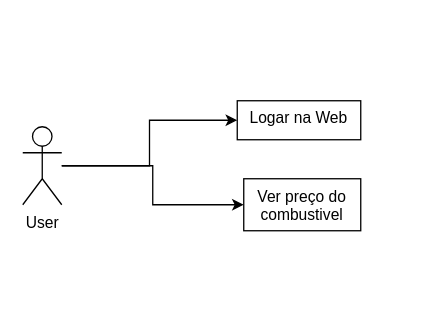
This is Documentação/Diagramas/Case_Diagram.drawio from LeozinRomeiro/Defray_Cost_Fuel, a draw.io file, before an edit. Source tidied: cells renumbered, new cells numbered last; positions are measured from the earlier drawing's top-left corner, leaving out a move shared by most shapes. Both pictures are drawn from the tidied source at 130%, with x=0, y=0 at pixel (22, 100).
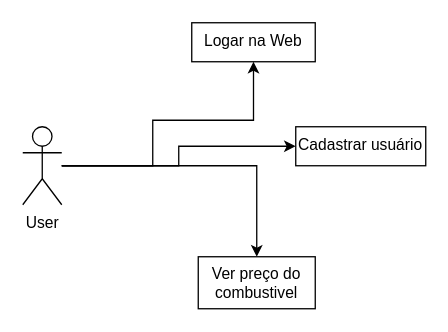
The same diagram, later.

Commit message:
1.4 Usuário tem acesso ao cadastro de usuário

The edit, as a diff of the source:
```diff
@@
 <mxGraphModel>
   <root>
     <mxCell id="0" />
     <mxCell id="1" parent="0" />
     <mxCell id="2" style="edgeStyle=orthogonalEdgeStyle;rounded=0;jettySize=auto;html=1;" parent="1" edge="1" source="4" target="5">
-      <mxGeometry relative="1" as="geometry" />
+      <mxGeometry relative="1" as="geometry">
+        <Array as="points">
+          <mxPoint x="100" y="50" />
+          <mxPoint x="100" y="15" />
+        </Array>
+      </mxGeometry>
     </mxCell>
     <mxCell id="3" style="edgeStyle=orthogonalEdgeStyle;rounded=0;jettySize=auto;html=1;" parent="1" edge="1" source="4" target="6">
       <mxGeometry relative="1" as="geometry" />
     </mxCell>
+    <mxCell id="7" style="edgeStyle=orthogonalEdgeStyle;rounded=0;jettySize=auto;html=1;" parent="1" edge="1" source="4" target="8">
+      <mxGeometry relative="1" as="geometry" />
+    </mxCell>
     <mxCell id="4" value="User" style="shape=umlActor;verticalLabelPosition=bottom;verticalAlign=top;html=1;" parent="1" vertex="1">
       <mxGeometry y="20" width="30" height="60" as="geometry" />
     </mxCell>
     <mxCell id="5" value="Logar na Web" style="whiteSpace=wrap;html=1;verticalAlign=top;" parent="1" vertex="1">
-      <mxGeometry x="165" width="95" height="30" as="geometry" />
+      <mxGeometry x="130" y="-60" width="95" height="30" as="geometry" />
     </mxCell>
     <mxCell id="6" value="Ver preço do combustivel" style="whiteSpace=wrap;html=1;verticalAlign=top;" parent="1" vertex="1">
-      <mxGeometry x="170" y="60" width="90" height="40" as="geometry" />
+      <mxGeometry x="135" y="120" width="90" height="40" as="geometry" />
     </mxCell>
+    <mxCell id="8" value="Cadastrar usuário" style="whiteSpace=wrap;html=1;verticalAlign=top;" parent="1" vertex="1">
+      <mxGeometry x="210" y="20" width="100" height="30" as="geometry" />
+    </mxCell>
   </root>
 </mxGraphModel>
```
